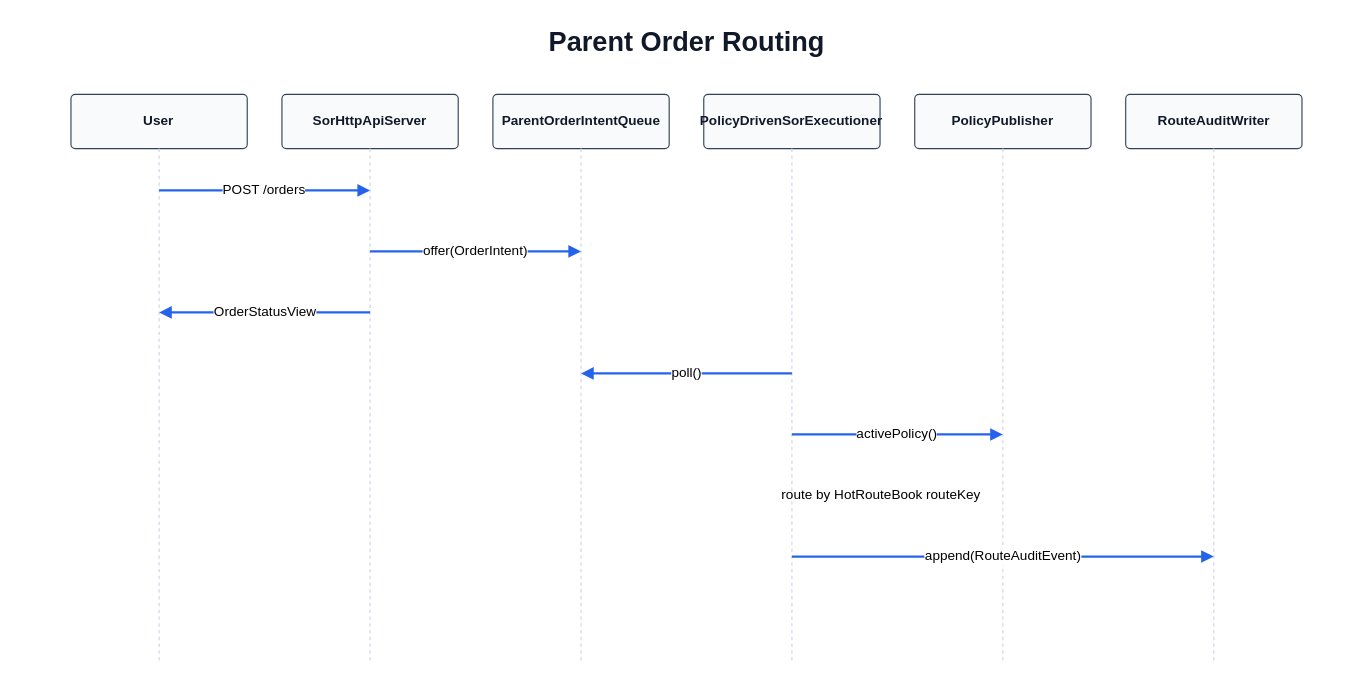
Earlier version of the draw.io diagram page "Parent Order Routing" (1 of 8) of docs/architecture/diagrams/sequence_diagrams.drawio (rueishi/adaptive-quantum-sor). Source tidied: cells renumbered, new cells numbered last; positions are measured from the earlier drawing's top-left corner, leaving out a move shared by most shapes. Both pictures are drawn from the tidied source at 113%, with x=0, y=0 at pixel (19, 19).
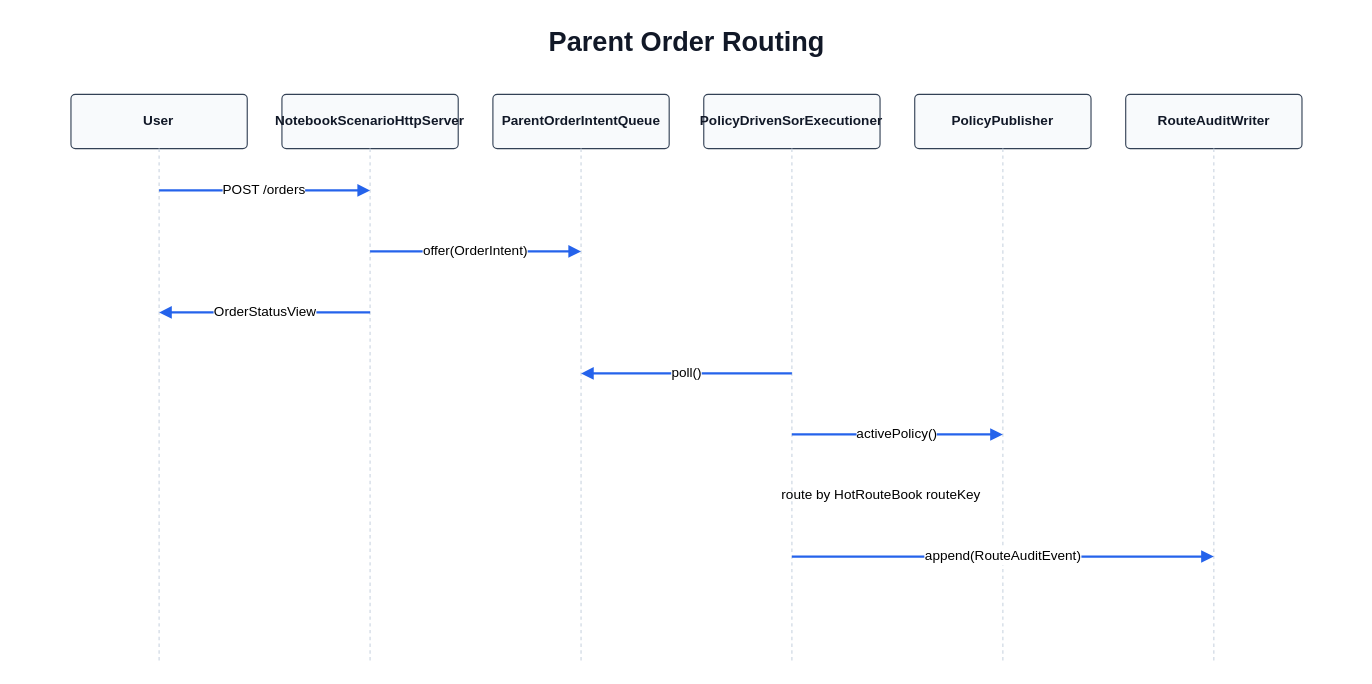
The same page after the edit.

Change to the diagram source:
```diff
@@
-    <mxCell id="5" value="SorHttpApiServer" style="rounded=1;whiteSpace=wrap;html=1;arcSize=8;fillColor=#f8fafc;strokeColor=#334155;fontSize=12;fontStyle=1;fontColor=#111827;" parent="1" vertex="1">
+    <mxCell id="5" value="NotebookScenarioHttpServer" style="rounded=1;whiteSpace=wrap;html=1;arcSize=8;fillColor=#f8fafc;strokeColor=#334155;fontSize=12;fontStyle=1;fontColor=#111827;" parent="1" vertex="1">
       <mxGeometry x="232" y="66" width="156" height="48" as="geometry" />
     </mxCell>
```
